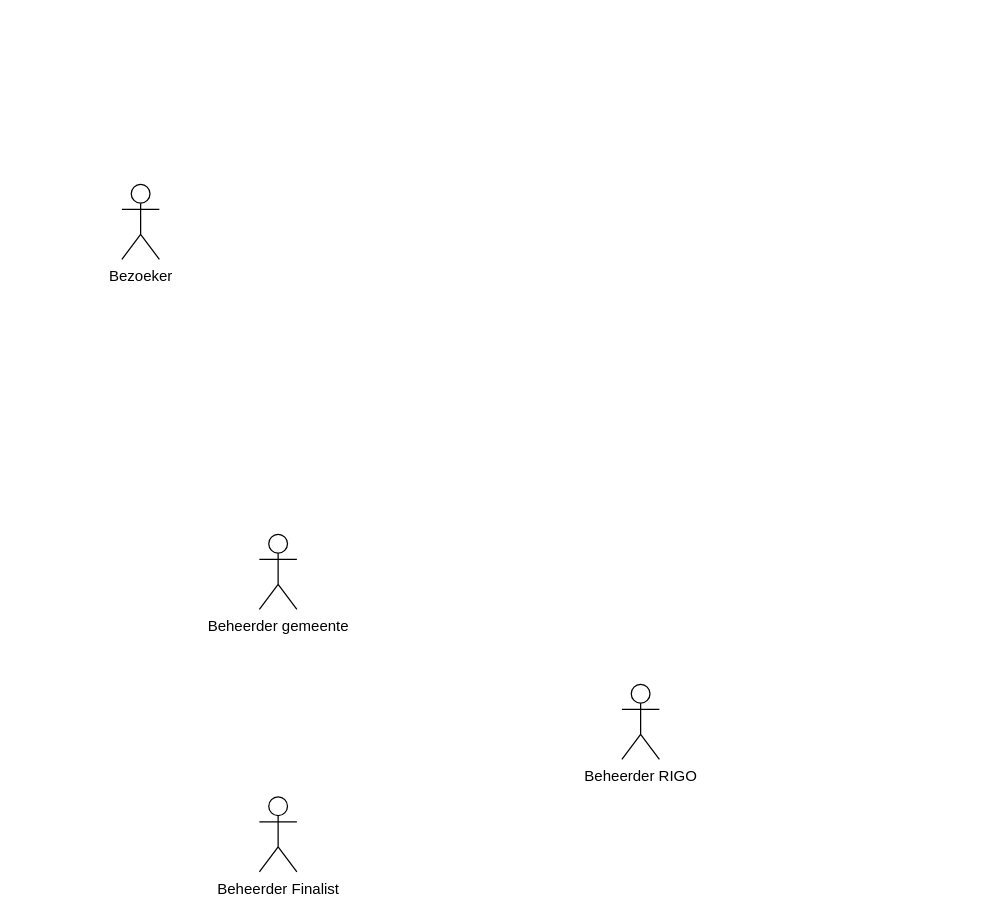
batigolix/boris keeps this draw.io diagram as Untitled Diagram.drawio. Above is the earlier version. Source tidied: cells renumbered, new cells numbered last; positions are measured from the earlier drawing's top-left corner, leaving out a move shared by most shapes. Both pictures are drawn from the tidied source at 125%, with x=0, y=0 at pixel (121, 184).
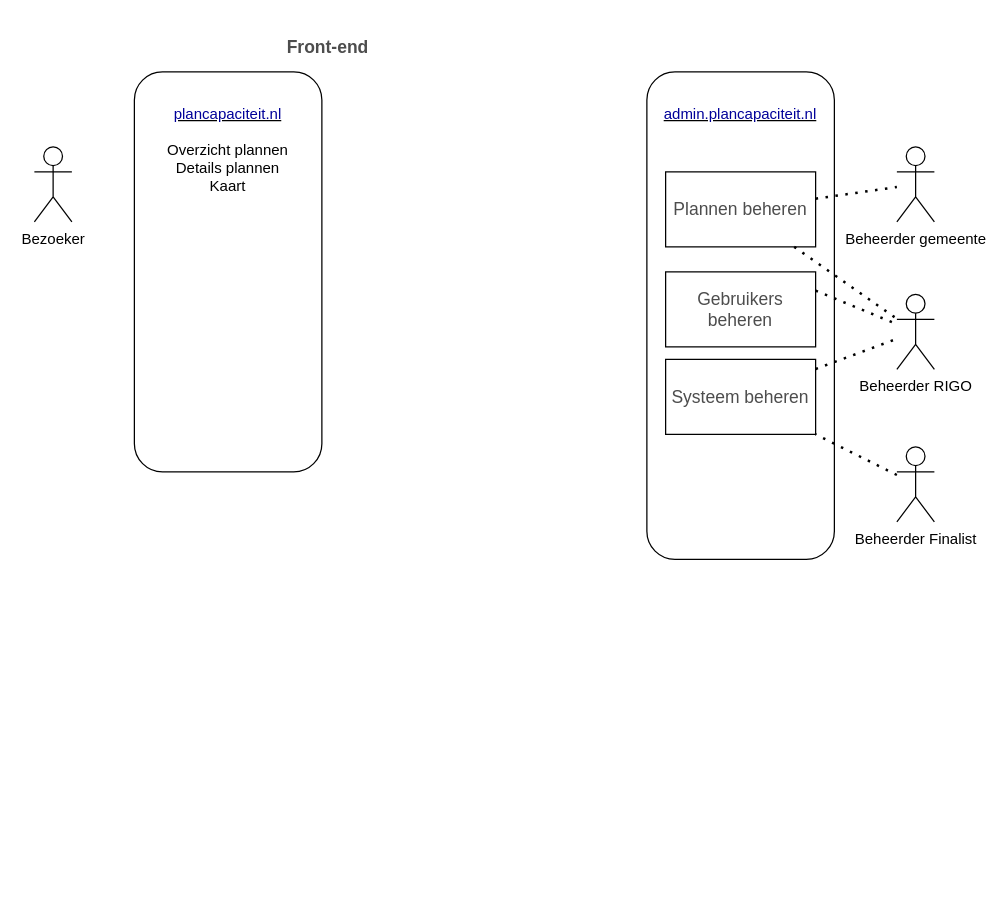
Above is the later version.

The edit, as a diff of the source:
```diff
@@
 <mxGraphModel>
   <root>
     <mxCell id="0" />
     <mxCell id="1" parent="0" />
     <mxCell id="2" value="Bezoeker" style="shape=umlActor;verticalLabelPosition=bottom;verticalAlign=top;html=1;" parent="1" vertex="1">
-      <mxGeometry width="30" height="60" as="geometry" />
+      <mxGeometry x="-70" y="-30" width="30" height="60" as="geometry" />
     </mxCell>
     <mxCell id="3" value="Beheerder&amp;nbsp;gemeente" style="shape=umlActor;verticalLabelPosition=bottom;verticalAlign=top;html=1;outlineConnect=0;" parent="1" vertex="1">
-      <mxGeometry x="110" y="280" width="30" height="60" as="geometry" />
+      <mxGeometry x="620" y="-30" width="30" height="60" as="geometry" />
     </mxCell>
     <mxCell id="4" value="Beheerder RIGO" style="shape=umlActor;verticalLabelPosition=bottom;verticalAlign=top;html=1;outlineConnect=0;" parent="1" vertex="1">
-      <mxGeometry x="400" y="400" width="30" height="60" as="geometry" />
+      <mxGeometry x="620" y="88" width="30" height="60" as="geometry" />
     </mxCell>
     <mxCell id="5" value="Beheerder Finalist" style="shape=umlActor;verticalLabelPosition=bottom;verticalAlign=top;html=1;outlineConnect=0;" parent="1" vertex="1">
-      <mxGeometry x="110" y="490" width="30" height="60" as="geometry" />
+      <mxGeometry x="620" y="210" width="30" height="60" as="geometry" />
     </mxCell>
+    <mxCell id="6" value="&lt;u&gt;&lt;font color=&quot;#000099&quot;&gt;plancapaciteit.nl&lt;/font&gt;&lt;/u&gt;&lt;br&gt;&lt;br&gt;Overzicht plannen&lt;br&gt;Details plannen&lt;br&gt;Kaart" style="rounded=1;whiteSpace=wrap;html=1;rotation=0;spacingTop=20;verticalAlign=top;" parent="1" vertex="1">
+      <mxGeometry x="10" y="-90" width="150" height="320" as="geometry" />
+    </mxCell>
+    <mxCell id="7" value="Front-end" style="text;html=1;strokeColor=none;fillColor=none;align=center;verticalAlign=middle;whiteSpace=wrap;rounded=0;fontSize=14;fontStyle=1;fontColor=#4D4D4D;" parent="1" vertex="1">
+      <mxGeometry x="120" y="-130" width="90" height="40" as="geometry" />
+    </mxCell>
+    <mxCell id="8" value="&lt;u&gt;&lt;font color=&quot;#000099&quot;&gt;admin.plancapaciteit.nl&lt;/font&gt;&lt;/u&gt;" style="rounded=1;whiteSpace=wrap;html=1;rotation=0;verticalAlign=top;spacingTop=20;" parent="1" vertex="1">
+      <mxGeometry x="420" y="-90" width="150" height="390" as="geometry" />
+    </mxCell>
+    <mxCell id="9" value="Gebruikers beheren" style="rounded=0;whiteSpace=wrap;html=1;fontSize=14;fontColor=#4D4D4D;" parent="1" vertex="1">
+      <mxGeometry x="435" y="70" width="120" height="60" as="geometry" />
+    </mxCell>
+    <mxCell id="10" style="endArrow=none;dashed=1;html=1;dashPattern=1 3;strokeWidth=2;fontSize=14;fontColor=#4D4D4D;exitX=1;exitY=0.25;exitDx=0;exitDy=0;" parent="1" edge="1" source="9" target="4">
+      <mxGeometry relative="1" as="geometry" />
+    </mxCell>
+    <mxCell id="11" value="Plannen beheren" style="rounded=0;whiteSpace=wrap;html=1;fontSize=14;fontColor=#4D4D4D;" parent="1" vertex="1">
+      <mxGeometry x="435" y="-10" width="120" height="60" as="geometry" />
+    </mxCell>
+    <mxCell id="12" style="endArrow=none;dashed=1;html=1;dashPattern=1 3;strokeWidth=2;fontSize=14;fontColor=#4D4D4D;" parent="1" edge="1" source="11" target="4">
+      <mxGeometry relative="1" as="geometry" />
+    </mxCell>
+    <mxCell id="13" style="endArrow=none;dashed=1;html=1;dashPattern=1 3;strokeWidth=2;fontSize=14;fontColor=#4D4D4D;" parent="1" edge="1" source="11" target="3">
+      <mxGeometry relative="1" as="geometry" />
+    </mxCell>
+    <mxCell id="14" value="Systeem beheren" style="rounded=0;whiteSpace=wrap;html=1;fontSize=14;fontColor=#4D4D4D;" parent="1" vertex="1">
+      <mxGeometry x="435" y="140" width="120" height="60" as="geometry" />
+    </mxCell>
+    <mxCell id="15" style="endArrow=none;dashed=1;html=1;dashPattern=1 3;strokeWidth=2;fontSize=14;fontColor=#4D4D4D;" parent="1" edge="1" source="14" target="4">
+      <mxGeometry relative="1" as="geometry" />
+    </mxCell>
+    <mxCell id="16" style="endArrow=none;dashed=1;html=1;dashPattern=1 3;strokeWidth=2;fontSize=14;fontColor=#4D4D4D;" parent="1" edge="1" source="5" target="14">
+      <mxGeometry relative="1" as="geometry" />
+    </mxCell>
   </root>
 </mxGraphModel>
```
